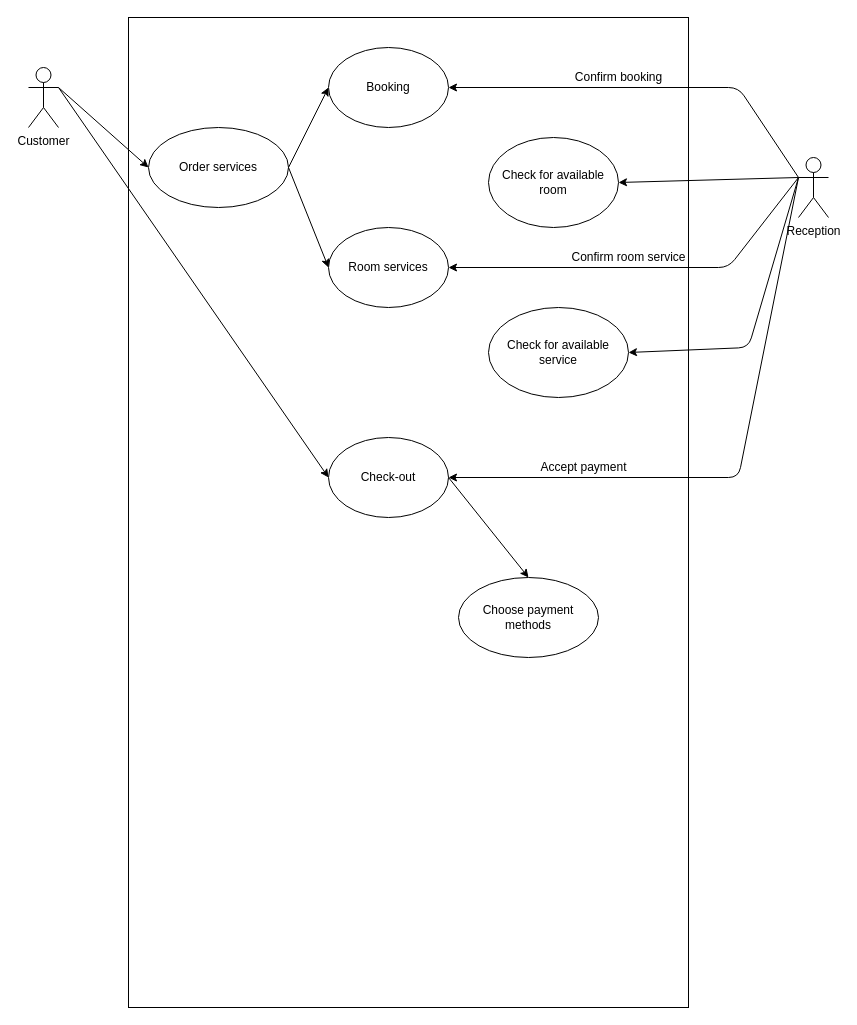
jonathanha52/SE104.L23.PMCL keeps this draw.io diagram as Diagram/Use-case Diagram.drawio. Above is the earlier version. Source tidied: cells renumbered, new cells numbered last; positions are measured from the earlier drawing's top-left corner, leaving out a move shared by most shapes. Both pictures are drawn from the tidied source at 100%, with x=0, y=0 at pixel (28, 17).
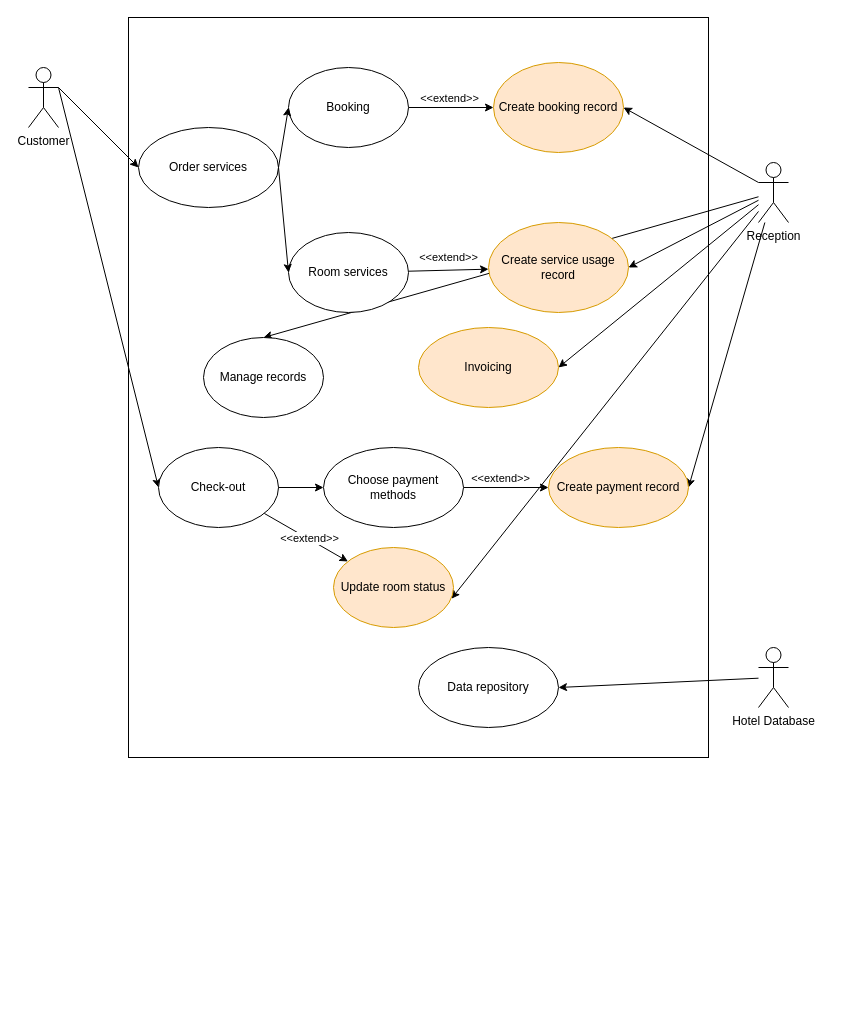
Above is the later version.

Change to the diagram source:
```diff
@@
     <mxCell id="2" style="rounded=0;whiteSpace=wrap;html=1;" parent="1" vertex="1">
-      <mxGeometry x="100" width="560" height="990" as="geometry" />
+      <mxGeometry x="100" width="580" height="740" as="geometry" />
     </mxCell>
@@
+    <mxCell id="17" style="rounded=0;jettySize=auto;html=1;entryX=1;entryY=0.5;entryDx=0;entryDy=0;" parent="1" edge="1" source="5" target="16">
+      <mxGeometry relative="1" as="geometry" />
+    </mxCell>
+    <mxCell id="25" style="edgeStyle=none;rounded=0;jettySize=auto;html=1;entryX=1;entryY=0.5;entryDx=0;entryDy=0;" parent="1" edge="1" source="5" target="40">
+      <mxGeometry relative="1" as="geometry" />
+    </mxCell>
+    <mxCell id="26" style="edgeStyle=none;rounded=0;jettySize=auto;html=1;entryX=1;entryY=0.5;entryDx=0;entryDy=0;" parent="1" edge="1" source="5" target="41">
+      <mxGeometry relative="1" as="geometry" />
+    </mxCell>
+    <mxCell id="27" style="edgeStyle=none;rounded=0;jettySize=auto;html=1;entryX=0.982;entryY=0.641;entryDx=0;entryDy=0;entryPerimeter=0;" parent="1" edge="1" source="5" target="42">
+      <mxGeometry relative="1" as="geometry" />
+    </mxCell>
+    <mxCell id="28" style="edgeStyle=none;rounded=0;jettySize=auto;html=1;entryX=0.5;entryY=0;entryDx=0;entryDy=0;" parent="1" edge="1" source="5" target="43">
+      <mxGeometry relative="1" as="geometry" />
+    </mxCell>
     <mxCell id="5" value="Reception" style="shape=umlActor;verticalLabelPosition=bottom;verticalAlign=top;html=1;" parent="1" vertex="1">
-      <mxGeometry x="770" y="140" width="30" height="60" as="geometry" />
+      <mxGeometry x="730" y="145" width="30" height="60" as="geometry" />
     </mxCell>
     <mxCell id="6" value="Order services" style="ellipse;whiteSpace=wrap;html=1;" parent="1" vertex="1">
-      <mxGeometry x="120" y="110" width="140" height="80" as="geometry" />
+      <mxGeometry x="110" y="110" width="140" height="80" as="geometry" />
     </mxCell>
+    <mxCell id="29" style="edgeStyle=orthogonalEdgeStyle;rounded=0;jettySize=auto;html=1;" parent="1" edge="1" source="7" target="12">
+      <mxGeometry relative="1" as="geometry" />
+    </mxCell>
+    <mxCell id="30" value="&amp;lt;&amp;lt;extend&amp;gt;&amp;gt;" style="edgeLabel;html=1;align=center;verticalAlign=middle;" parent="29" vertex="1">
+      <mxGeometry x="-0.34" y="1" relative="1" as="geometry">
+        <mxPoint x="12" y="-9" as="offset" />
+      </mxGeometry>
+    </mxCell>
     <mxCell id="7" value="Booking" style="ellipse;whiteSpace=wrap;html=1;" parent="1" vertex="1">
-      <mxGeometry x="300" y="30" width="120" height="80" as="geometry" />
+      <mxGeometry x="260" y="50" width="120" height="80" as="geometry" />
     </mxCell>
+    <mxCell id="31" style="edgeStyle=none;rounded=0;jettySize=auto;html=1;" parent="1" edge="1" source="8" target="16">
+      <mxGeometry relative="1" as="geometry" />
+    </mxCell>
+    <mxCell id="32" value="&amp;lt;&amp;lt;extend&amp;gt;&amp;gt;" style="edgeLabel;html=1;align=center;verticalAlign=middle;" parent="31" vertex="1">
+      <mxGeometry x="-0.23" y="-1" relative="1" as="geometry">
+        <mxPoint x="9" y="-14" as="offset" />
+      </mxGeometry>
+    </mxCell>
     <mxCell id="8" value="Room services" style="ellipse;whiteSpace=wrap;html=1;" parent="1" vertex="1">
-      <mxGeometry x="300" y="210" width="120" height="80" as="geometry" />
+      <mxGeometry x="260" y="215" width="120" height="80" as="geometry" />
     </mxCell>
@@
-    <mxCell id="12" value="Check for available room" style="ellipse;whiteSpace=wrap;html=1;" parent="1" vertex="1">
-      <mxGeometry x="460" y="120" width="130" height="90" as="geometry" />
+    <mxCell id="12" value="Create booking record" style="ellipse;whiteSpace=wrap;html=1;fillColor=#ffe6cc;strokeColor=#d79b00;" parent="1" vertex="1">
+      <mxGeometry x="465" y="45" width="130" height="90" as="geometry" />
     </mxCell>
@@
-    <mxCell id="14" value="Confirm booking" style="text;html=1;align=center;verticalAlign=middle;strokeColor=none;" parent="1" vertex="1">
-      <mxGeometry x="540" y="50" width="100" height="20" as="geometry" />
-    </mxCell>
+    <mxCell id="33" style="edgeStyle=none;rounded=0;jettySize=auto;html=1;" parent="1" edge="1" source="15" target="42">
+      <mxGeometry relative="1" as="geometry" />
+    </mxCell>
+    <mxCell id="34" value="&amp;lt;&amp;lt;extend&amp;gt;&amp;gt;" style="edgeLabel;html=1;align=center;verticalAlign=middle;" parent="33" vertex="1">
+      <mxGeometry x="-0.27" y="-2" relative="1" as="geometry">
+        <mxPoint x="15" y="5" as="offset" />
+      </mxGeometry>
+    </mxCell>
     <mxCell id="15" value="Check-out" style="ellipse;whiteSpace=wrap;html=1;" parent="1" vertex="1">
-      <mxGeometry x="300" y="420" width="120" height="80" as="geometry" />
+      <mxGeometry x="130" y="430" width="120" height="80" as="geometry" />
     </mxCell>
-    <mxCell id="16" value="Check for available service" style="ellipse;whiteSpace=wrap;html=1;" parent="1" vertex="1">
-      <mxGeometry x="460" y="290" width="140" height="90" as="geometry" />
+    <mxCell id="16" value="Create service usage record" style="ellipse;whiteSpace=wrap;html=1;fillColor=#ffe6cc;strokeColor=#d79b00;" parent="1" vertex="1">
+      <mxGeometry x="460" y="205" width="140" height="90" as="geometry" />
     </mxCell>
-    <mxCell id="17" style="endArrow=classic;html=1;shadow=0;entryX=1;entryY=0.5;entryDx=0;entryDy=0;exitX=0;exitY=0.3333333333333333;exitDx=0;exitDy=0;exitPerimeter=0;" parent="1" edge="1" source="5" target="16">
-      <mxGeometry relative="1" as="geometry">
-        <Array as="points">
-          <mxPoint x="720" y="330" />
-        </Array>
-      </mxGeometry>
-    </mxCell>
-    <mxCell id="18" style="endArrow=classic;html=1;shadow=0;entryX=1;entryY=0.5;entryDx=0;entryDy=0;exitX=0;exitY=0.3333333333333333;exitDx=0;exitDy=0;exitPerimeter=0;startArrow=none;startFill=0;" parent="1" edge="1" source="5" target="8">
-      <mxGeometry relative="1" as="geometry">
-        <Array as="points">
-          <mxPoint x="700" y="250" />
-        </Array>
-      </mxGeometry>
-    </mxCell>
-    <mxCell id="19" value="Confirm room service" style="text;html=1;align=center;verticalAlign=middle;strokeColor=none;" parent="1" vertex="1">
-      <mxGeometry x="535" y="230" width="130" height="20" as="geometry" />
-    </mxCell>
-    <mxCell id="20" value="Accept payment" style="text;html=1;align=center;verticalAlign=middle;strokeColor=none;" parent="1" vertex="1">
-      <mxGeometry x="505" y="440" width="100" height="20" as="geometry" />
-    </mxCell>
-    <mxCell id="21" style="endArrow=classic;html=1;shadow=0;exitX=1;exitY=0.5;exitDx=0;exitDy=0;entryX=0.5;entryY=0;entryDx=0;entryDy=0;" parent="1" edge="1" source="15" target="22">
+    <mxCell id="21" style="endArrow=classic;html=1;shadow=0;exitX=1;exitY=0.5;exitDx=0;exitDy=0;entryX=0;entryY=0.5;entryDx=0;entryDy=0;" parent="1" edge="1" source="15" target="22">
       <mxGeometry relative="1" as="geometry" />
     </mxCell>
+    <mxCell id="35" style="edgeStyle=none;rounded=0;jettySize=auto;html=1;entryX=0;entryY=0.5;entryDx=0;entryDy=0;" parent="1" edge="1" source="22" target="40">
+      <mxGeometry relative="1" as="geometry" />
+    </mxCell>
+    <mxCell id="36" value="&amp;lt;&amp;lt;extend&amp;gt;&amp;gt;" style="edgeLabel;html=1;align=center;verticalAlign=middle;" parent="35" vertex="1">
+      <mxGeometry x="-0.25" relative="1" as="geometry">
+        <mxPoint x="4" y="-10" as="offset" />
+      </mxGeometry>
+    </mxCell>
     <mxCell id="22" value="Choose payment methods" style="ellipse;whiteSpace=wrap;html=1;" parent="1" vertex="1">
-      <mxGeometry x="430" y="560" width="140" height="80" as="geometry" />
+      <mxGeometry x="295" y="430" width="140" height="80" as="geometry" />
     </mxCell>
-    <mxCell id="23" style="endArrow=classic;html=1;entryX=1;entryY=0.5;entryDx=0;entryDy=0;exitX=0;exitY=0.3333333333333333;exitDx=0;exitDy=0;exitPerimeter=0;" parent="1" edge="1" source="5" target="7">
-      <mxGeometry relative="1" as="geometry">
-        <Array as="points">
-          <mxPoint x="710" y="70" />
-        </Array>
-      </mxGeometry>
-    </mxCell>
-    <mxCell id="24" style="endArrow=classic;html=1;entryX=1;entryY=0.5;entryDx=0;entryDy=0;exitX=0;exitY=0.3333333333333333;exitDx=0;exitDy=0;exitPerimeter=0;" parent="1" edge="1" source="5" target="15">
-      <mxGeometry relative="1" as="geometry">
-        <Array as="points">
-          <mxPoint x="710" y="460" />
-        </Array>
-      </mxGeometry>
-    </mxCell>
+    <mxCell id="37" style="edgeStyle=none;rounded=0;jettySize=auto;html=1;entryX=1;entryY=0.5;entryDx=0;entryDy=0;" parent="1" edge="1" source="38" target="39">
+      <mxGeometry relative="1" as="geometry" />
+    </mxCell>
+    <mxCell id="38" value="Hotel Database" style="shape=umlActor;verticalLabelPosition=bottom;verticalAlign=top;html=1;" parent="1" vertex="1">
+      <mxGeometry x="730" y="630" width="30" height="60" as="geometry" />
+    </mxCell>
+    <mxCell id="39" value="Data repository" style="ellipse;whiteSpace=wrap;html=1;" parent="1" vertex="1">
+      <mxGeometry x="390" y="630" width="140" height="80" as="geometry" />
+    </mxCell>
+    <mxCell id="40" value="Create payment record" style="ellipse;whiteSpace=wrap;html=1;fillColor=#ffe6cc;strokeColor=#d79b00;" parent="1" vertex="1">
+      <mxGeometry x="520" y="430" width="140" height="80" as="geometry" />
+    </mxCell>
+    <mxCell id="41" value="Invoicing" style="ellipse;whiteSpace=wrap;html=1;fillColor=#ffe6cc;strokeColor=#d79b00;" parent="1" vertex="1">
+      <mxGeometry x="390" y="310" width="140" height="80" as="geometry" />
+    </mxCell>
+    <mxCell id="42" value="Update room status" style="ellipse;whiteSpace=wrap;html=1;fillColor=#ffe6cc;strokeColor=#d79b00;" parent="1" vertex="1">
+      <mxGeometry x="305" y="530" width="120" height="80" as="geometry" />
+    </mxCell>
+    <mxCell id="43" value="Manage records" style="ellipse;whiteSpace=wrap;html=1;" parent="1" vertex="1">
+      <mxGeometry x="175" y="320" width="120" height="80" as="geometry" />
+    </mxCell>
```
